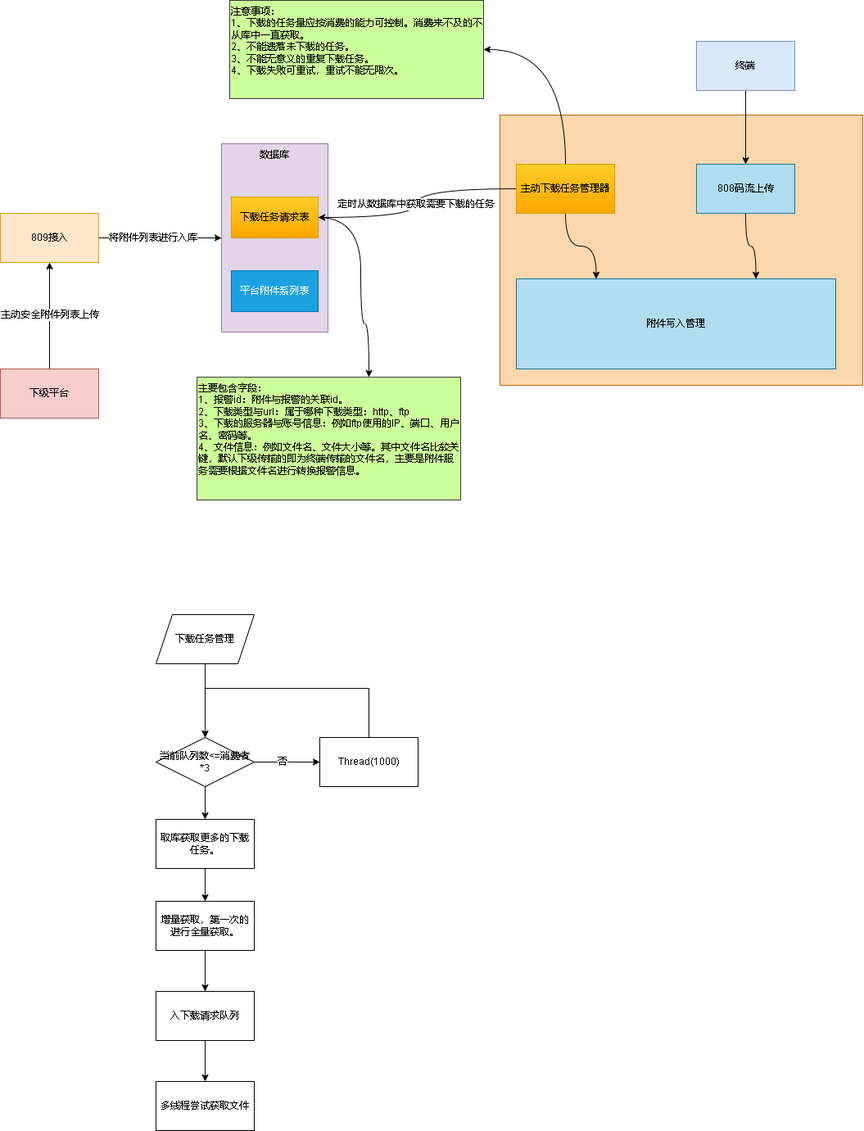
The draw.io diagram 809上传附件列表支持下载.drawio.png in xktder/draw, before a commit. Source tidied: cells renumbered, new cells last; positions are measured from the earlier drawing's top-left corner, leaving out a move shared by most shapes.
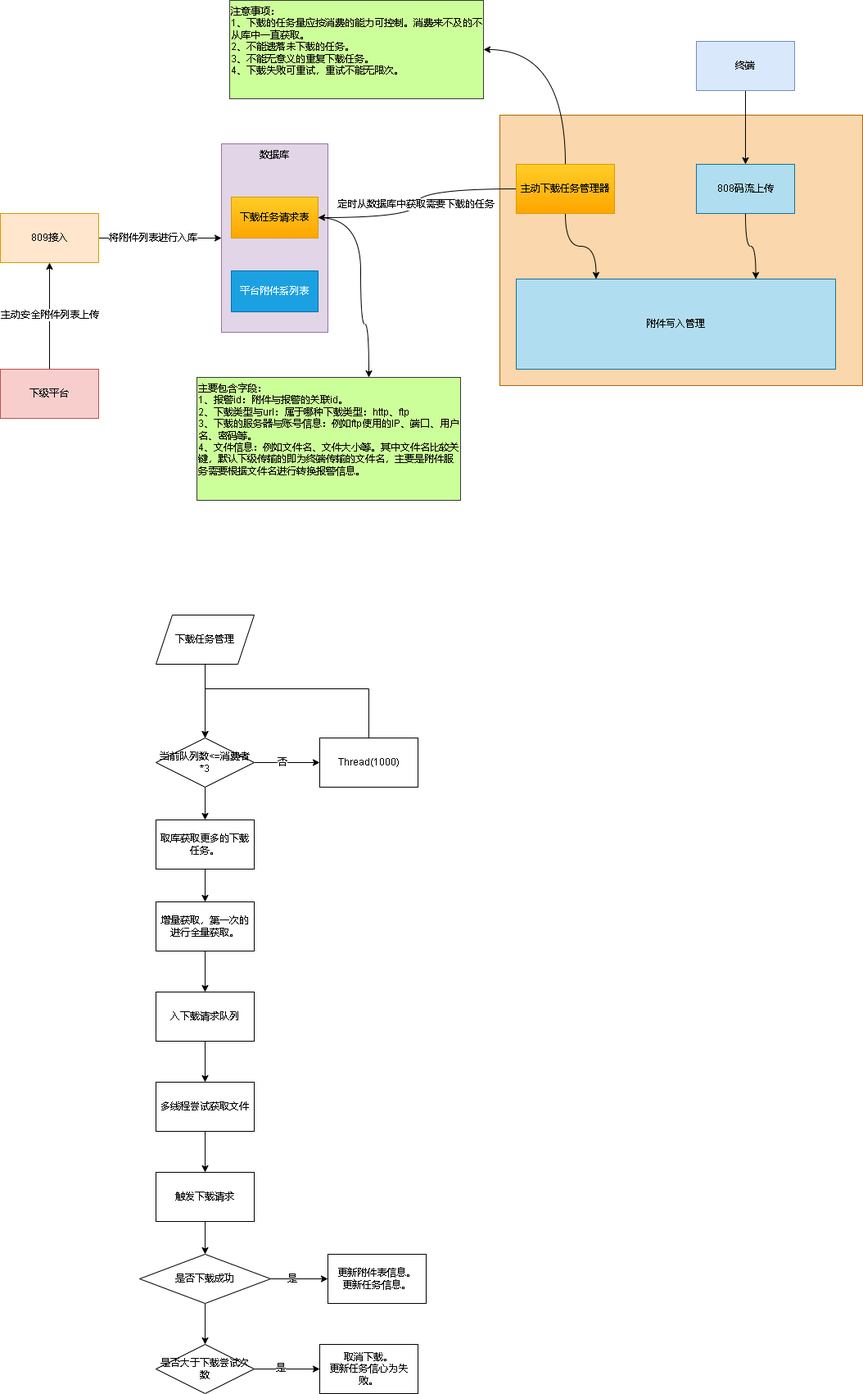
After the commit.

Commit message:
更新809上传附件列表支持下载.drawio.png

The edit, as a diff of the source:
```diff
@@ -130,8 +130,44 @@
     <mxCell id="38" value="入下载请求队列" style="whiteSpace=wrap;html=1;" parent="1" vertex="1">
       <mxGeometry x="190" y="1210" width="120" height="60" as="geometry" />
     </mxCell>
+    <mxCell id="40" style="edgeStyle=orthogonalEdgeStyle;rounded=0;jettySize=auto;html=1;" parent="1" edge="1" source="39" target="42">
+      <mxGeometry relative="1" as="geometry" />
+    </mxCell>
     <mxCell id="39" value="多线程尝试获取文件" style="whiteSpace=wrap;html=1;" parent="1" vertex="1">
       <mxGeometry x="190" y="1320" width="120" height="60" as="geometry" />
     </mxCell>
+    <mxCell id="41" style="edgeStyle=orthogonalEdgeStyle;rounded=0;jettySize=auto;html=1;" parent="1" edge="1" source="42" target="46">
+      <mxGeometry relative="1" as="geometry" />
+    </mxCell>
+    <mxCell id="42" value="触发下载请求" style="whiteSpace=wrap;html=1;" parent="1" vertex="1">
+      <mxGeometry x="190" y="1430" width="120" height="60" as="geometry" />
+    </mxCell>
+    <mxCell id="43" style="edgeStyle=orthogonalEdgeStyle;rounded=0;jettySize=auto;html=1;" parent="1" edge="1" source="46" target="49">
+      <mxGeometry relative="1" as="geometry" />
+    </mxCell>
+    <mxCell id="44" style="edgeStyle=orthogonalEdgeStyle;rounded=0;jettySize=auto;html=1;" parent="1" edge="1" source="46" target="50">
+      <mxGeometry relative="1" as="geometry" />
+    </mxCell>
+    <mxCell id="45" value="是" style="edgeLabel;html=1;align=center;verticalAlign=middle;" parent="44" vertex="1">
+      <mxGeometry x="-0.26" relative="1" as="geometry" />
+    </mxCell>
+    <mxCell id="46" value="是否下载成功" style="rhombus;whiteSpace=wrap;html=1;" parent="1" vertex="1">
+      <mxGeometry x="170" y="1530" width="160" height="60" as="geometry" />
+    </mxCell>
+    <mxCell id="47" style="edgeStyle=orthogonalEdgeStyle;rounded=0;jettySize=auto;html=1;" parent="1" edge="1" source="49" target="51">
+      <mxGeometry relative="1" as="geometry" />
+    </mxCell>
+    <mxCell id="48" value="是" style="edgeLabel;html=1;align=center;verticalAlign=middle;" parent="47" vertex="1">
+      <mxGeometry x="-0.2" y="1" relative="1" as="geometry" />
+    </mxCell>
+    <mxCell id="49" value="是否大于下载尝试次数" style="whiteSpace=wrap;html=1;shape=rhombus;perimeter=rhombusPerimeter;" parent="1" vertex="1">
+      <mxGeometry x="190" y="1640" width="120" height="60" as="geometry" />
+    </mxCell>
+    <mxCell id="50" value="更新附件表信息。&lt;br&gt;更新任务信息。" style="whiteSpace=wrap;html=1;" parent="1" vertex="1">
+      <mxGeometry x="400" y="1530" width="120" height="60" as="geometry" />
+    </mxCell>
+    <mxCell id="51" value="取消下载。&lt;br&gt;更新任务信心为失败。" style="whiteSpace=wrap;html=1;" parent="1" vertex="1">
+      <mxGeometry x="390" y="1640" width="120" height="60" as="geometry" />
+    </mxCell>
   </root>
 </mxGraphModel>
```
